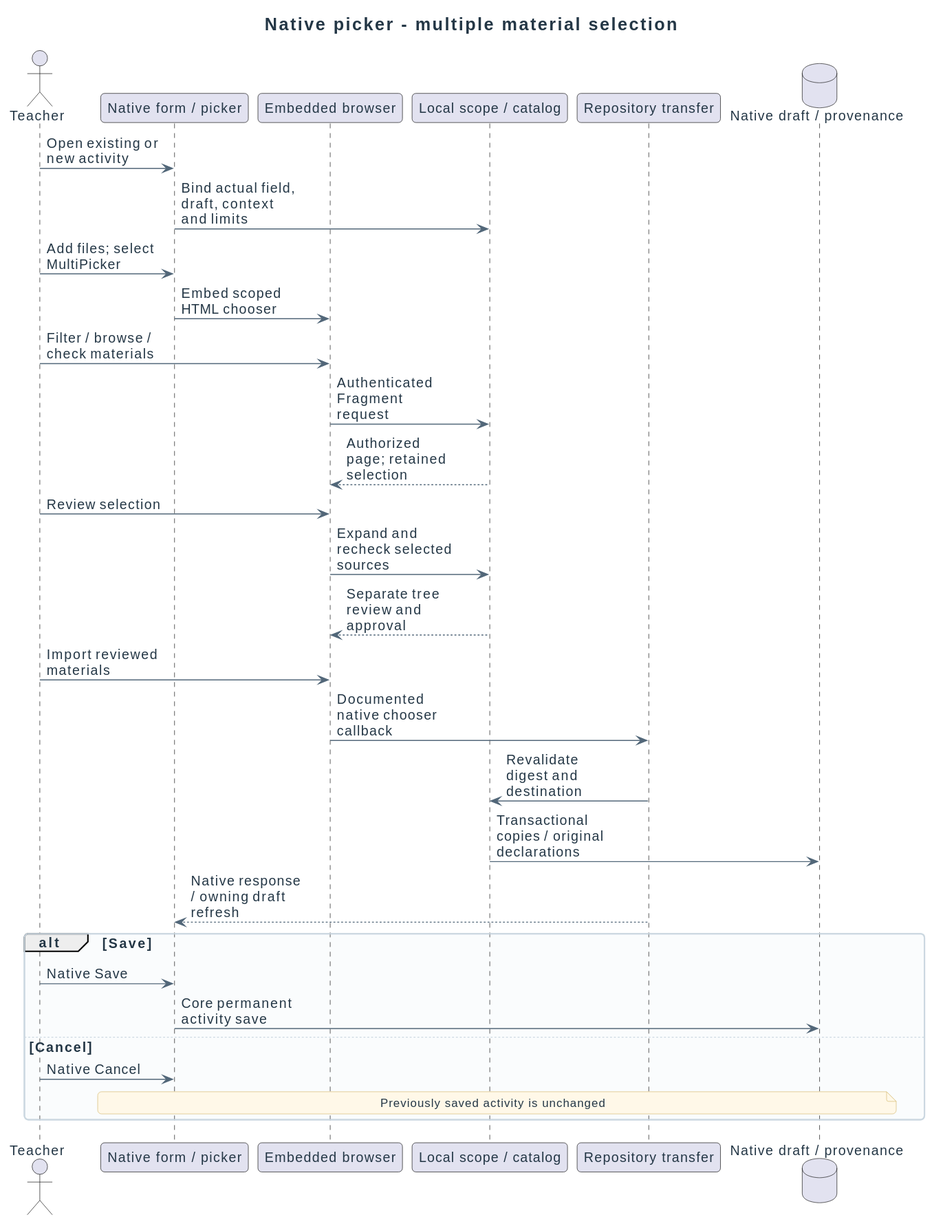
didactika/moodle-local_coursefiles keeps this PlantUML diagram as docs/diagrams/design/sequences/folder-selection.svg. Above is the earlier version.
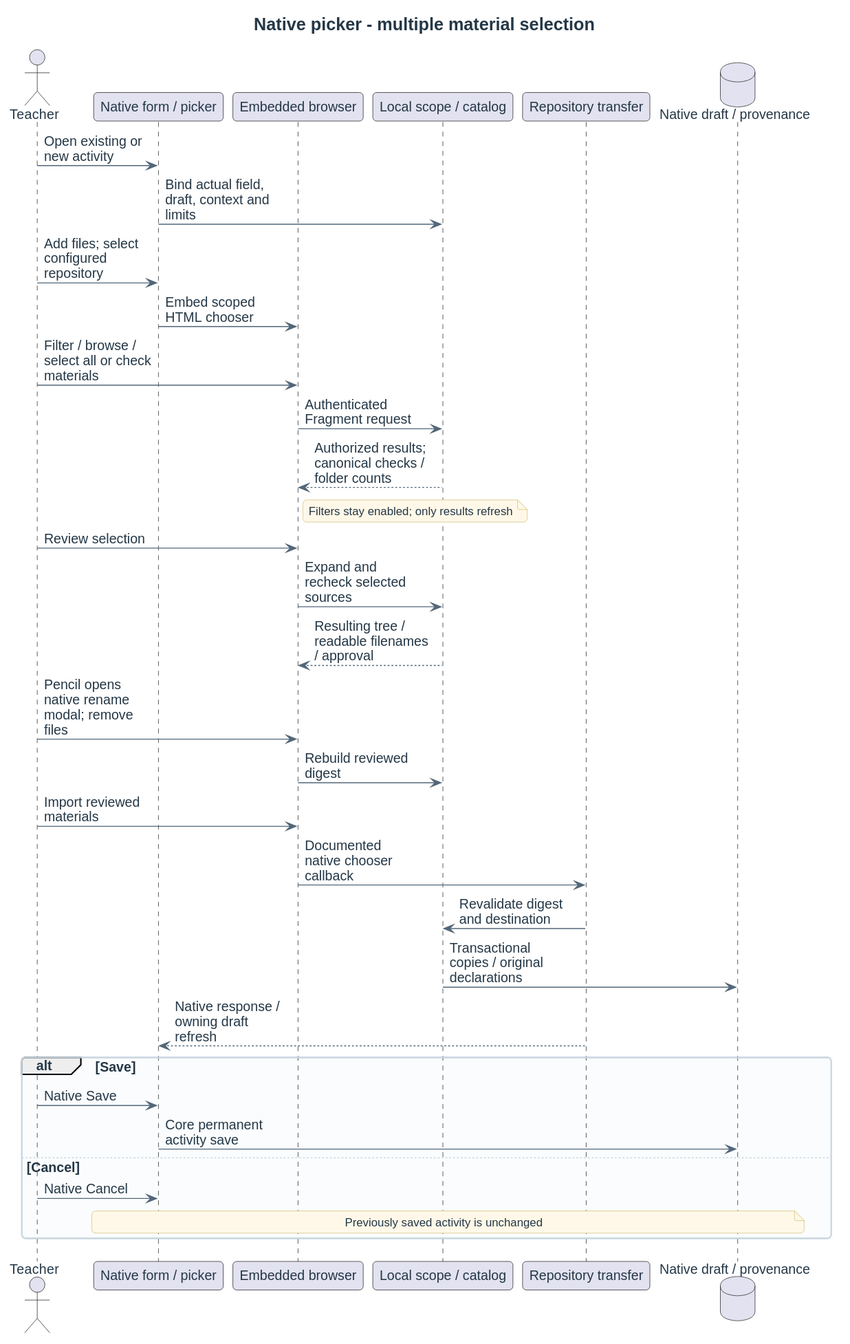
After the change.

Diff of the diagram source:
```diff
@@ -10,14 +10,17 @@
 database "Native draft / provenance" as Files
 Teacher -> Form : Open existing or new activity
 Form -> Scope : Bind actual field, draft, context and limits
-Teacher -> Form : Add files; select MultiPicker
+Teacher -> Form : Add files; select configured repository
 Form -> Browser : Embed scoped HTML chooser
-Teacher -> Browser : Filter / browse / check materials
+Teacher -> Browser : Filter / browse / select all or check materials
 Browser -> Scope : Authenticated Fragment request
-Scope --> Browser : Authorized page; retained selection
+Scope --> Browser : Authorized results; canonical checks / folder counts
+note right of Browser : Filters stay enabled; only results refresh
 Teacher -> Browser : Review selection
 Browser -> Scope : Expand and recheck selected sources
-Scope --> Browser : Separate tree review and approval
+Scope --> Browser : Resulting tree / readable filenames / approval
+Teacher -> Browser : Pencil opens native rename modal; remove files
+Browser -> Scope : Rebuild reviewed digest
 Teacher -> Browser : Import reviewed materials
 Browser -> Transfer : Documented native chooser callback
 Transfer -> Scope : Revalidate digest and destination
```
